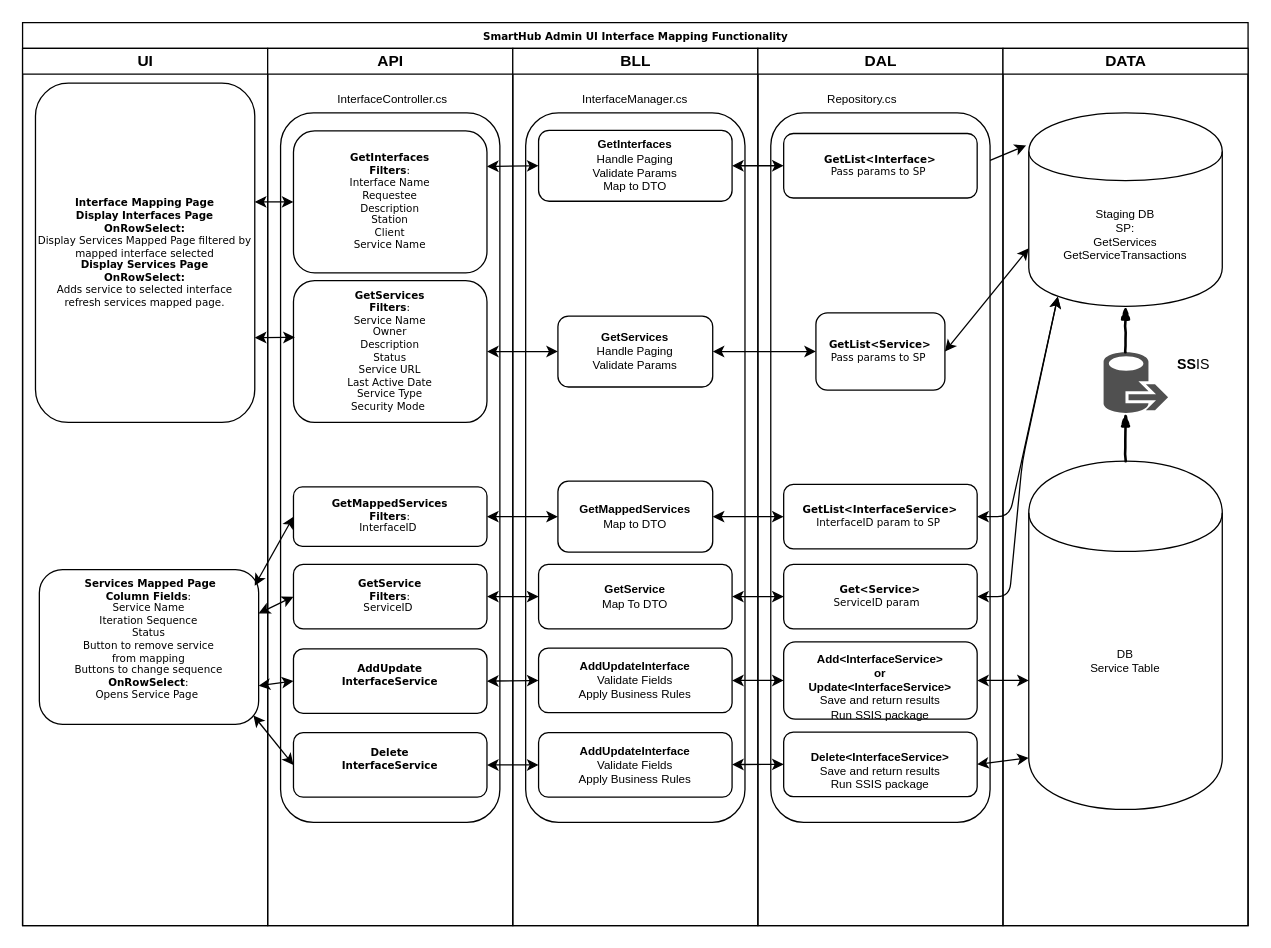
Cyrolies/TigersFreightDocs keeps this draw.io diagram as SHAdminUI-InterfaceMapping-Functionality.drawio. Above is the earlier version. Source tidied: cells renumbered, new cells numbered last; positions are measured from the earlier drawing's top-left corner, leaving out a move shared by most shapes. Both pictures are drawn from the tidied source at 129%, with x=0, y=0 at pixel (22, 22).
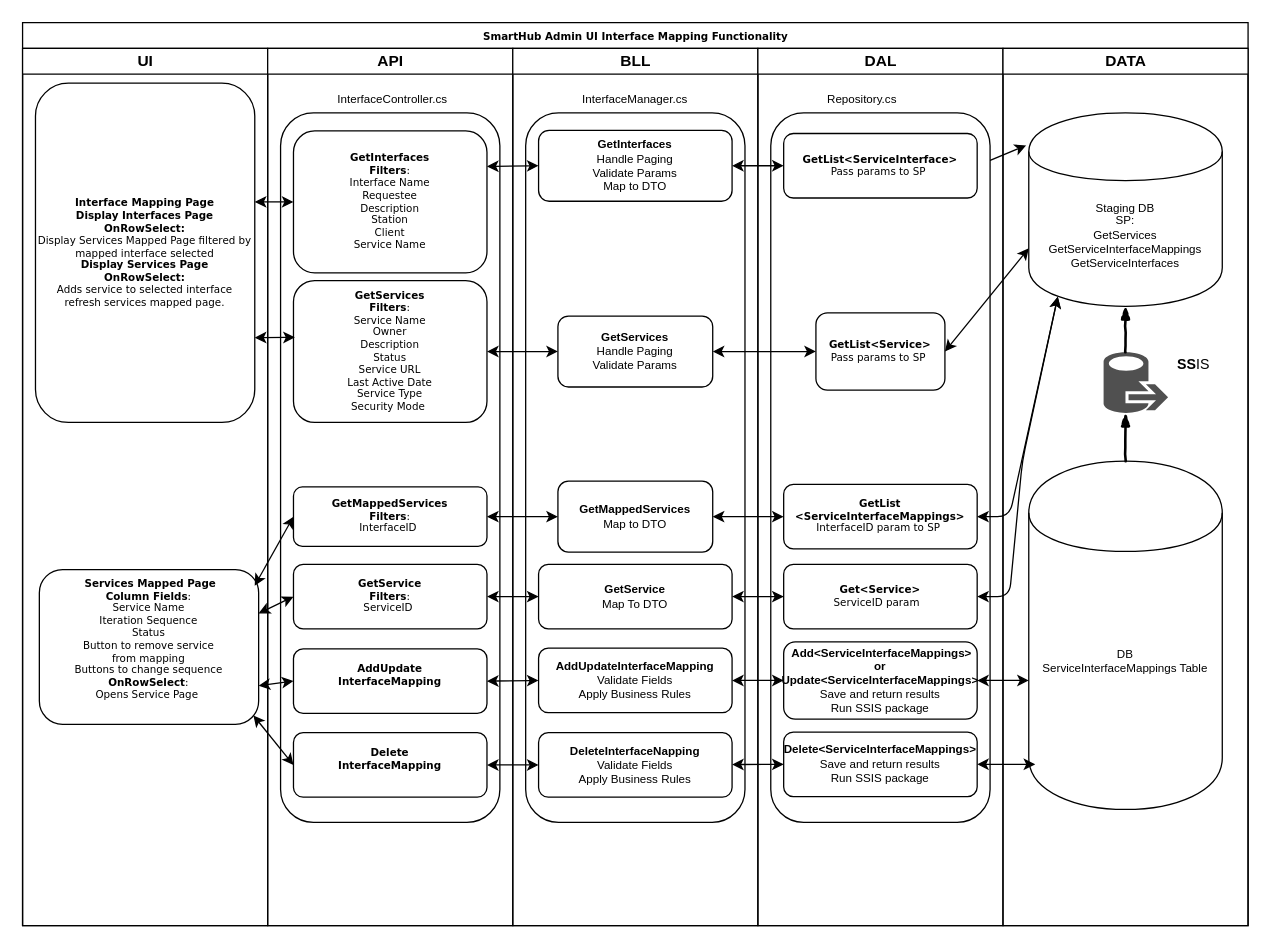
Above is the later version.

Unchanged cells that the change refers to:
```xml
<mxCell id="2" value="SmartHub Admin UI Interface Mapping Functionality" style="swimlane;html=1;startSize=20;rounded=0;shadow=0;labelBackgroundColor=none;strokeColor=#000000;strokeWidth=1;fillColor=#ffffff;fontFamily=Verdana;fontSize=8;fontColor=#000000;align=center;verticalAlign=top;" parent="1" vertex="1">
  <mxGeometry width="950" height="700" as="geometry" />
</mxCell>
<mxCell id="6" value="API" style="swimlane;html=1;startSize=20;" parent="2" vertex="1">
  <mxGeometry x="190" y="20" width="190" height="680" as="geometry" />
</mxCell>
<mxCell id="15" value="BLL" style="swimlane;html=1;startSize=20;" parent="2" vertex="1">
  <mxGeometry x="380" y="20" width="190" height="680" as="geometry" />
</mxCell>
<mxCell id="28" value="DAL" style="swimlane;html=1;startSize=20;" parent="2" vertex="1">
  <mxGeometry x="570" y="20" width="190" height="680" as="geometry" />
</mxCell>
<mxCell id="37" value="DATA" style="swimlane;html=1;startSize=20;align=center;" parent="2" vertex="1">
  <mxGeometry x="760" y="20" width="190" height="680" as="geometry" />
</mxCell>
```

Diff of the diagram source:
```diff
@@
-    <mxCell id="9" value="&lt;b&gt;AddUpdate&lt;br&gt;InterfaceService&lt;br&gt;&amp;nbsp;&lt;/b&gt;" style="rounded=1;whiteSpace=wrap;html=1;shadow=0;labelBackgroundColor=none;strokeColor=#000000;strokeWidth=1;fillColor=#ffffff;fontFamily=Verdana;fontSize=8;fontColor=#000000;align=center;verticalAlign=middle;" parent="6" vertex="1">
+    <mxCell id="9" value="&lt;b&gt;AddUpdate&lt;br&gt;InterfaceMapping&lt;br&gt;&amp;nbsp;&lt;/b&gt;" style="rounded=1;whiteSpace=wrap;html=1;shadow=0;labelBackgroundColor=none;strokeColor=#000000;strokeWidth=1;fillColor=#ffffff;fontFamily=Verdana;fontSize=8;fontColor=#000000;align=center;verticalAlign=middle;" parent="6" vertex="1">
       <mxGeometry x="20" y="465.5" width="150" height="50" as="geometry" />
     </mxCell>
@@
-    <mxCell id="14" value="&lt;b&gt;Delete&lt;br&gt;InterfaceService&lt;br&gt;&amp;nbsp;&lt;/b&gt;" style="rounded=1;whiteSpace=wrap;html=1;shadow=0;labelBackgroundColor=none;strokeColor=#000000;strokeWidth=1;fillColor=#ffffff;fontFamily=Verdana;fontSize=8;fontColor=#000000;align=center;verticalAlign=middle;" parent="6" vertex="1">
+    <mxCell id="14" value="&lt;b&gt;Delete&lt;br&gt;InterfaceMapping&lt;br&gt;&amp;nbsp;&lt;/b&gt;" style="rounded=1;whiteSpace=wrap;html=1;shadow=0;labelBackgroundColor=none;strokeColor=#000000;strokeWidth=1;fillColor=#ffffff;fontFamily=Verdana;fontSize=8;fontColor=#000000;align=center;verticalAlign=middle;" parent="6" vertex="1">
       <mxGeometry x="20" y="530.5" width="150" height="50" as="geometry" />
     </mxCell>
@@
-    <mxCell id="19" value="&lt;b&gt;AddUpdateInterface&lt;/b&gt;&lt;br&gt;Validate Fields&lt;br&gt;Apply Business Rules" style="rounded=1;whiteSpace=wrap;html=1;fontSize=9;align=center;" parent="15" vertex="1">
+    <mxCell id="19" value="&lt;b&gt;AddUpdateInterfaceMapping&lt;/b&gt;&lt;br&gt;Validate Fields&lt;br&gt;Apply Business Rules" style="rounded=1;whiteSpace=wrap;html=1;fontSize=9;align=center;" parent="15" vertex="1">
       <mxGeometry x="20" y="465" width="150" height="50" as="geometry" />
     </mxCell>
@@
-    <mxCell id="23" value="&lt;b&gt;AddUpdateInterface&lt;/b&gt;&lt;br&gt;Validate Fields&lt;br&gt;Apply Business Rules" style="rounded=1;whiteSpace=wrap;html=1;fontSize=9;align=center;" parent="15" vertex="1">
+    <mxCell id="23" value="&lt;b&gt;DeleteInterfaceNapping&lt;/b&gt;&lt;br&gt;Validate Fields&lt;br&gt;Apply Business Rules" style="rounded=1;whiteSpace=wrap;html=1;fontSize=9;align=center;" parent="15" vertex="1">
       <mxGeometry x="20" y="530.5" width="150" height="50" as="geometry" />
     </mxCell>
@@
-    <mxCell id="30" value="&lt;b&gt;GetList&amp;lt;Interface&amp;gt;&lt;br&gt;&lt;/b&gt;Pass params to SP&amp;nbsp;" style="rounded=1;whiteSpace=wrap;html=1;shadow=0;labelBackgroundColor=none;strokeColor=#000000;strokeWidth=1;fillColor=#ffffff;fontFamily=Verdana;fontSize=8;fontColor=#000000;align=center;" parent="28" vertex="1">
+    <mxCell id="30" value="&lt;b&gt;GetList&amp;lt;ServiceInterface&amp;gt;&lt;br&gt;&lt;/b&gt;Pass params to SP&amp;nbsp;" style="rounded=1;whiteSpace=wrap;html=1;shadow=0;labelBackgroundColor=none;strokeColor=#000000;strokeWidth=1;fillColor=#ffffff;fontFamily=Verdana;fontSize=8;fontColor=#000000;align=center;" parent="28" vertex="1">
       <mxGeometry x="20" y="66" width="150" height="50" as="geometry" />
     </mxCell>
-    <mxCell id="31" value="&amp;nbsp;&lt;br&gt;&lt;b&gt;Add&amp;lt;InterfaceService&amp;gt;&lt;/b&gt;&lt;br&gt;&lt;b&gt;or&lt;br&gt;Update&amp;lt;InterfaceService&amp;gt;&lt;/b&gt;&lt;br&gt;Save and return results&lt;br&gt;Run SSIS package" style="rounded=1;whiteSpace=wrap;html=1;fontSize=9;align=center;" parent="28" vertex="1">
+    <mxCell id="31" value="&amp;nbsp;&lt;b&gt;Add&amp;lt;ServiceInterfaceMappings&amp;gt;&lt;/b&gt;&lt;br&gt;&lt;b&gt;or&lt;br&gt;Update&amp;lt;ServiceInterfaceMappings&amp;gt;&lt;/b&gt;&lt;br&gt;Save and return results&lt;br&gt;Run SSIS package" style="rounded=1;whiteSpace=wrap;html=1;fontSize=9;align=center;" parent="28" vertex="1">
       <mxGeometry x="20" y="460" width="150" height="60" as="geometry" />
     </mxCell>
@@
-    <mxCell id="35" value="&lt;b&gt;GetList&amp;lt;InterfaceService&amp;gt;&lt;br&gt;&lt;/b&gt;InterfaceID param to SP&amp;nbsp;" style="rounded=1;whiteSpace=wrap;html=1;shadow=0;labelBackgroundColor=none;strokeColor=#000000;strokeWidth=1;fillColor=#ffffff;fontFamily=Verdana;fontSize=8;fontColor=#000000;align=center;" parent="28" vertex="1">
+    <mxCell id="35" value="&lt;b&gt;GetList&lt;br&gt;&amp;lt;ServiceInterfaceMappings&amp;gt;&lt;br&gt;&lt;/b&gt;InterfaceID param to SP&amp;nbsp;" style="rounded=1;whiteSpace=wrap;html=1;shadow=0;labelBackgroundColor=none;strokeColor=#000000;strokeWidth=1;fillColor=#ffffff;fontFamily=Verdana;fontSize=8;fontColor=#000000;align=center;" parent="28" vertex="1">
       <mxGeometry x="20" y="338" width="150" height="50" as="geometry" />
     </mxCell>
-    <mxCell id="36" value="&amp;nbsp;&lt;br&gt;&lt;b&gt;Delete&amp;lt;InterfaceService&amp;gt;&lt;/b&gt;&lt;br&gt;Save and return results&lt;br&gt;Run SSIS package" style="rounded=1;whiteSpace=wrap;html=1;fontSize=9;align=center;" parent="28" vertex="1">
+    <mxCell id="36" value="&lt;b&gt;Delete&amp;lt;ServiceInterfaceMappings&amp;gt;&lt;/b&gt;&lt;br&gt;Save and return results&lt;br&gt;Run SSIS package" style="rounded=1;whiteSpace=wrap;html=1;fontSize=9;align=center;" parent="28" vertex="1">
       <mxGeometry x="20" y="530" width="150" height="50" as="geometry" />
     </mxCell>
@@
-    <mxCell id="38" value="Staging DB&lt;br&gt;SP:&lt;br&gt;GetServices&lt;br&gt;GetServiceTransactions" style="shape=cylinder;whiteSpace=wrap;html=1;boundedLbl=1;backgroundOutline=1;fontSize=9;align=center;" parent="37" vertex="1">
+    <mxCell id="38" value="Staging DB&lt;br&gt;SP:&lt;br&gt;GetServices&lt;br&gt;GetServiceInterfaceMappings&lt;br&gt;GetServiceInterfaces" style="shape=cylinder;whiteSpace=wrap;html=1;boundedLbl=1;backgroundOutline=1;fontSize=9;align=center;" parent="37" vertex="1">
       <mxGeometry x="20" y="50" width="150" height="150" as="geometry" />
     </mxCell>
-    <mxCell id="39" value="DB&lt;br&gt;Service Table" style="shape=cylinder;whiteSpace=wrap;html=1;boundedLbl=1;backgroundOutline=1;fontSize=9;align=center;" parent="37" vertex="1">
+    <mxCell id="39" value="DB&lt;br&gt;ServiceInterfaceMappings Table" style="shape=cylinder;whiteSpace=wrap;html=1;boundedLbl=1;backgroundOutline=1;fontSize=9;align=center;" parent="37" vertex="1">
       <mxGeometry x="20" y="320" width="150" height="270" as="geometry" />
     </mxCell>
@@
     <mxCell id="61" style="endArrow=classic;startArrow=classic;html=1;exitX=1;exitY=0.5;exitDx=0;exitDy=0;" parent="2" edge="1" source="36">
       <mxGeometry relative="1" as="geometry">
-        <mxPoint x="780" y="570" as="targetPoint" />
+        <mxPoint x="785" y="575" as="targetPoint" />
       </mxGeometry>
     </mxCell>
```
